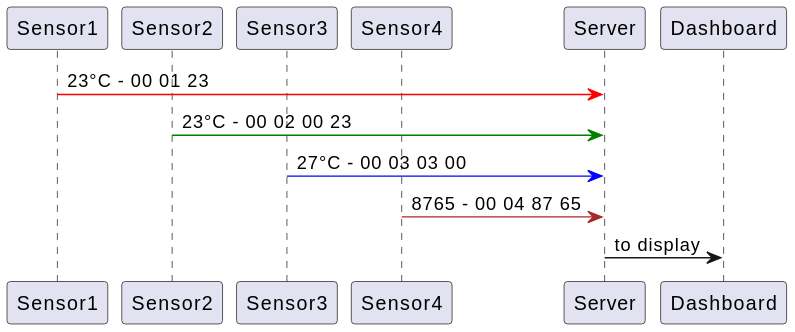
prakharbhatt09/SensorSystem keeps this PlantUML diagram as diagrams/sensorSystemDiagram.svg. Above is the earlier version. The source it was exported from:
```plantuml
@startuml
participant Sensor1
participant Sensor2
participant Sensor3
participant Sensor4

Sensor1-[#red]>Server: 23°C - 00 01 23
Sensor2-[#green]>Server: 23°C - 00 02 00 23
Sensor3-[#blue]>Server: 27°C - 00 03 03 00
Sensor4-[#brown]>Server: 8765 - 00 04 87 65
Server->Dashboard: to display
@enduml
```
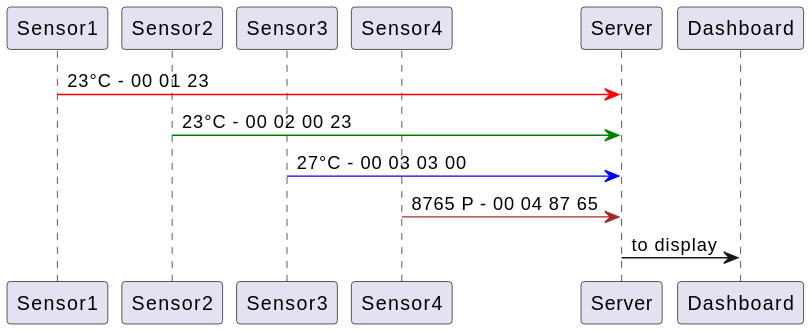
Later version of the same file.

What changed in the source:
```diff
@@ -7,6 +7,6 @@
 Sensor1-[#red]>Server: 23°C - 00 01 23
 Sensor2-[#green]>Server: 23°C - 00 02 00 23
 Sensor3-[#blue]>Server: 27°C - 00 03 03 00
-Sensor4-[#brown]>Server: 8765 - 00 04 87 65
+Sensor4-[#brown]>Server: 8765 P - 00 04 87 65
 Server->Dashboard: to display
 @enduml
```
